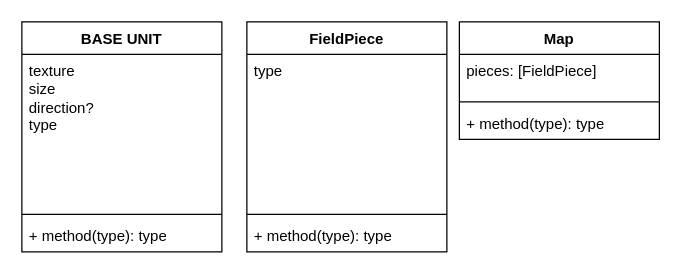
Above: Документация/Maverics.drawio in MksMil/Mavericks (draw.io), before the change. Source tidied: cells renumbered, new cells numbered last; positions are measured from the earlier drawing's top-left corner, leaving out a move shared by most shapes. Both pictures are drawn from the tidied source at 125%, with x=0, y=0 at pixel (21, 21).
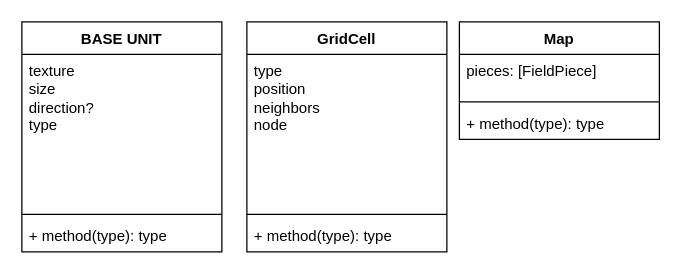
After the change.

Diff of the diagram source:
```diff
@@
 <mxGraphModel>
   <root>
     <mxCell id="0" />
     <mxCell id="1" parent="0" />
     <mxCell id="2" value="BASE UNIT" style="swimlane;fontStyle=1;align=center;verticalAlign=top;horizontal=1;startSize=26;whiteSpace=wrap;html=1;" parent="1" vertex="1">
       <mxGeometry width="160" height="184" as="geometry" />
     </mxCell>
     <mxCell id="3" value="texture&lt;div&gt;size&lt;/div&gt;&lt;div&gt;direction?&lt;/div&gt;&lt;div&gt;type&lt;/div&gt;&lt;div&gt;&lt;br&gt;&lt;/div&gt;" style="text;strokeColor=none;fillColor=none;align=left;verticalAlign=top;spacingLeft=4;spacingRight=4;overflow=hidden;whiteSpace=wrap;html=1;" parent="2" vertex="1">
       <mxGeometry y="26" width="160" height="124" as="geometry" />
     </mxCell>
     <mxCell id="4" style="line;strokeWidth=1;fillColor=none;align=left;verticalAlign=middle;spacingTop=-1;spacingLeft=3;spacingRight=3;labelPosition=right;strokeColor=inherit;" parent="2" vertex="1">
       <mxGeometry y="150" width="160" height="8" as="geometry" />
     </mxCell>
     <mxCell id="5" value="+ method(type): type" style="text;strokeColor=none;fillColor=none;align=left;verticalAlign=top;spacingLeft=4;spacingRight=4;overflow=hidden;whiteSpace=wrap;html=1;" parent="2" vertex="1">
       <mxGeometry y="158" width="160" height="26" as="geometry" />
     </mxCell>
-    <mxCell id="6" value="FieldPiece" style="swimlane;fontStyle=1;align=center;verticalAlign=top;horizontal=1;startSize=26;whiteSpace=wrap;html=1;" parent="1" vertex="1">
+    <mxCell id="6" value="GridCell" style="swimlane;fontStyle=1;align=center;verticalAlign=top;horizontal=1;startSize=26;whiteSpace=wrap;html=1;" parent="1" vertex="1">
       <mxGeometry x="180" width="160" height="184" as="geometry" />
     </mxCell>
-    <mxCell id="7" value="type&lt;div&gt;&lt;br&gt;&lt;/div&gt;" style="text;strokeColor=none;fillColor=none;align=left;verticalAlign=top;spacingLeft=4;spacingRight=4;overflow=hidden;whiteSpace=wrap;html=1;" parent="6" vertex="1">
+    <mxCell id="7" value="type&lt;div&gt;position&lt;/div&gt;&lt;div&gt;neighbors&lt;/div&gt;&lt;div&gt;node&lt;/div&gt;&lt;div&gt;&lt;br&gt;&lt;/div&gt;" style="text;strokeColor=none;fillColor=none;align=left;verticalAlign=top;spacingLeft=4;spacingRight=4;overflow=hidden;whiteSpace=wrap;html=1;" parent="6" vertex="1">
       <mxGeometry y="26" width="160" height="124" as="geometry" />
     </mxCell>
     <mxCell id="8" style="line;strokeWidth=1;fillColor=none;align=left;verticalAlign=middle;spacingTop=-1;spacingLeft=3;spacingRight=3;labelPosition=right;strokeColor=inherit;" parent="6" vertex="1">
       <mxGeometry y="150" width="160" height="8" as="geometry" />
     </mxCell>
     <mxCell id="9" value="+ method(type): type" style="text;strokeColor=none;fillColor=none;align=left;verticalAlign=top;spacingLeft=4;spacingRight=4;overflow=hidden;whiteSpace=wrap;html=1;" parent="6" vertex="1">
       <mxGeometry y="158" width="160" height="26" as="geometry" />
     </mxCell>
     <mxCell id="10" value="Map" style="swimlane;fontStyle=1;align=center;verticalAlign=top;horizontal=1;startSize=26;whiteSpace=wrap;html=1;" parent="1" vertex="1">
       <mxGeometry x="350" width="160" height="94" as="geometry" />
     </mxCell>
     <mxCell id="11" value="&lt;div&gt;pieces: [FieldPiece]&lt;/div&gt;" style="text;strokeColor=none;fillColor=none;align=left;verticalAlign=top;spacingLeft=4;spacingRight=4;overflow=hidden;whiteSpace=wrap;html=1;" parent="10" vertex="1">
       <mxGeometry y="26" width="160" height="34" as="geometry" />
     </mxCell>
     <mxCell id="12" style="line;strokeWidth=1;fillColor=none;align=left;verticalAlign=middle;spacingTop=-1;spacingLeft=3;spacingRight=3;labelPosition=right;strokeColor=inherit;" parent="10" vertex="1">
       <mxGeometry y="60" width="160" height="8" as="geometry" />
     </mxCell>
     <mxCell id="13" value="+ method(type): type" style="text;strokeColor=none;fillColor=none;align=left;verticalAlign=top;spacingLeft=4;spacingRight=4;overflow=hidden;whiteSpace=wrap;html=1;" parent="10" vertex="1">
       <mxGeometry y="68" width="160" height="26" as="geometry" />
     </mxCell>
   </root>
 </mxGraphModel>
```
